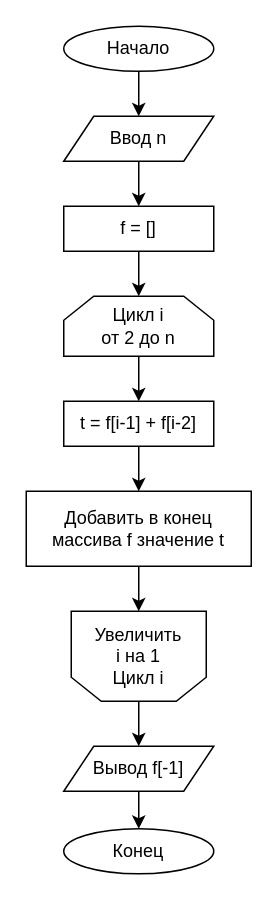
hantagu/practice keeps this draw.io diagram as page "2.2.1" (1 of 9) of Блок-схемы.drawio. Above is the earlier version. Source tidied: cells renumbered, new cells numbered last; positions are measured from the earlier drawing's top-left corner, leaving out a move shared by most shapes. Both pictures are drawn from the tidied source at 150%, with x=0, y=0 at pixel (26, 26).
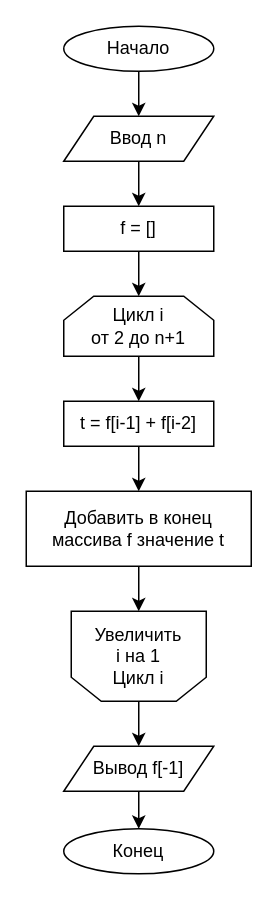
After the change.

Diff of the diagram source:
```diff
@@
-    <mxCell id="10" value="&lt;div&gt;Цикл i&lt;/div&gt;от 2 до n" style="shape=loopLimit;whiteSpace=wrap;html=1;" parent="1" vertex="1">
+    <mxCell id="10" value="&lt;div&gt;Цикл i&lt;/div&gt;от 2 до n+1" style="shape=loopLimit;whiteSpace=wrap;html=1;" parent="1" vertex="1">
       <mxGeometry x="25" y="180" width="100" height="40" as="geometry" />
     </mxCell>
```
